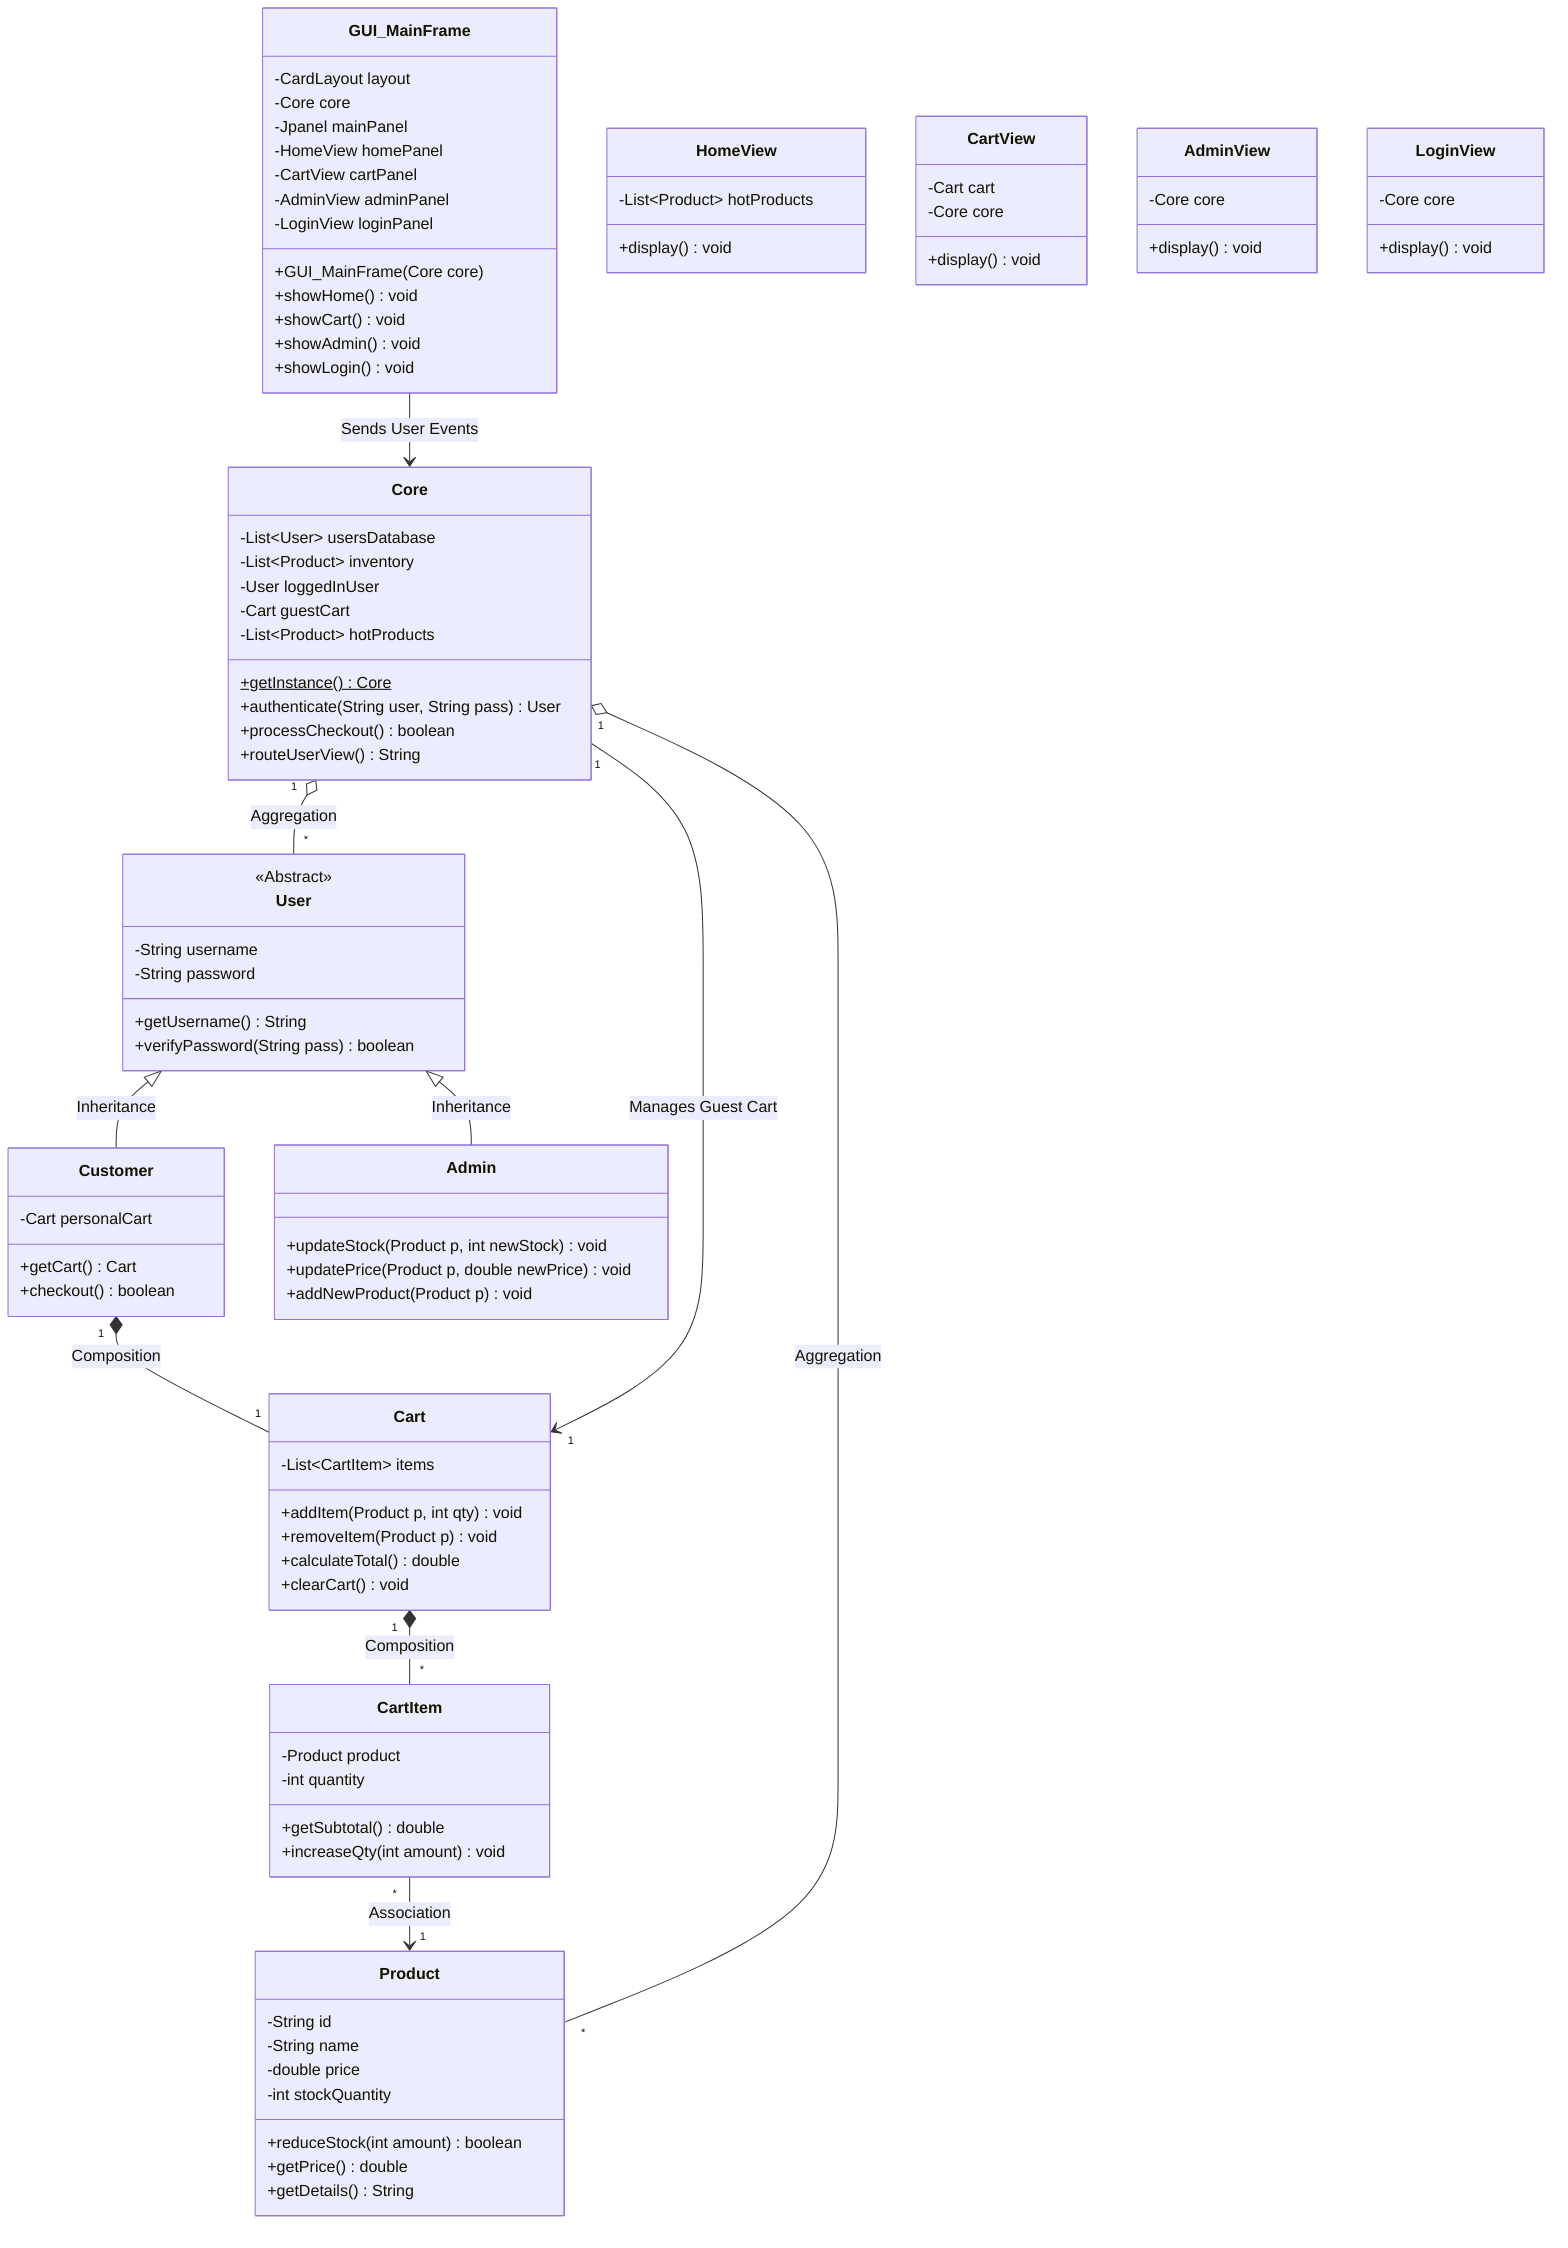
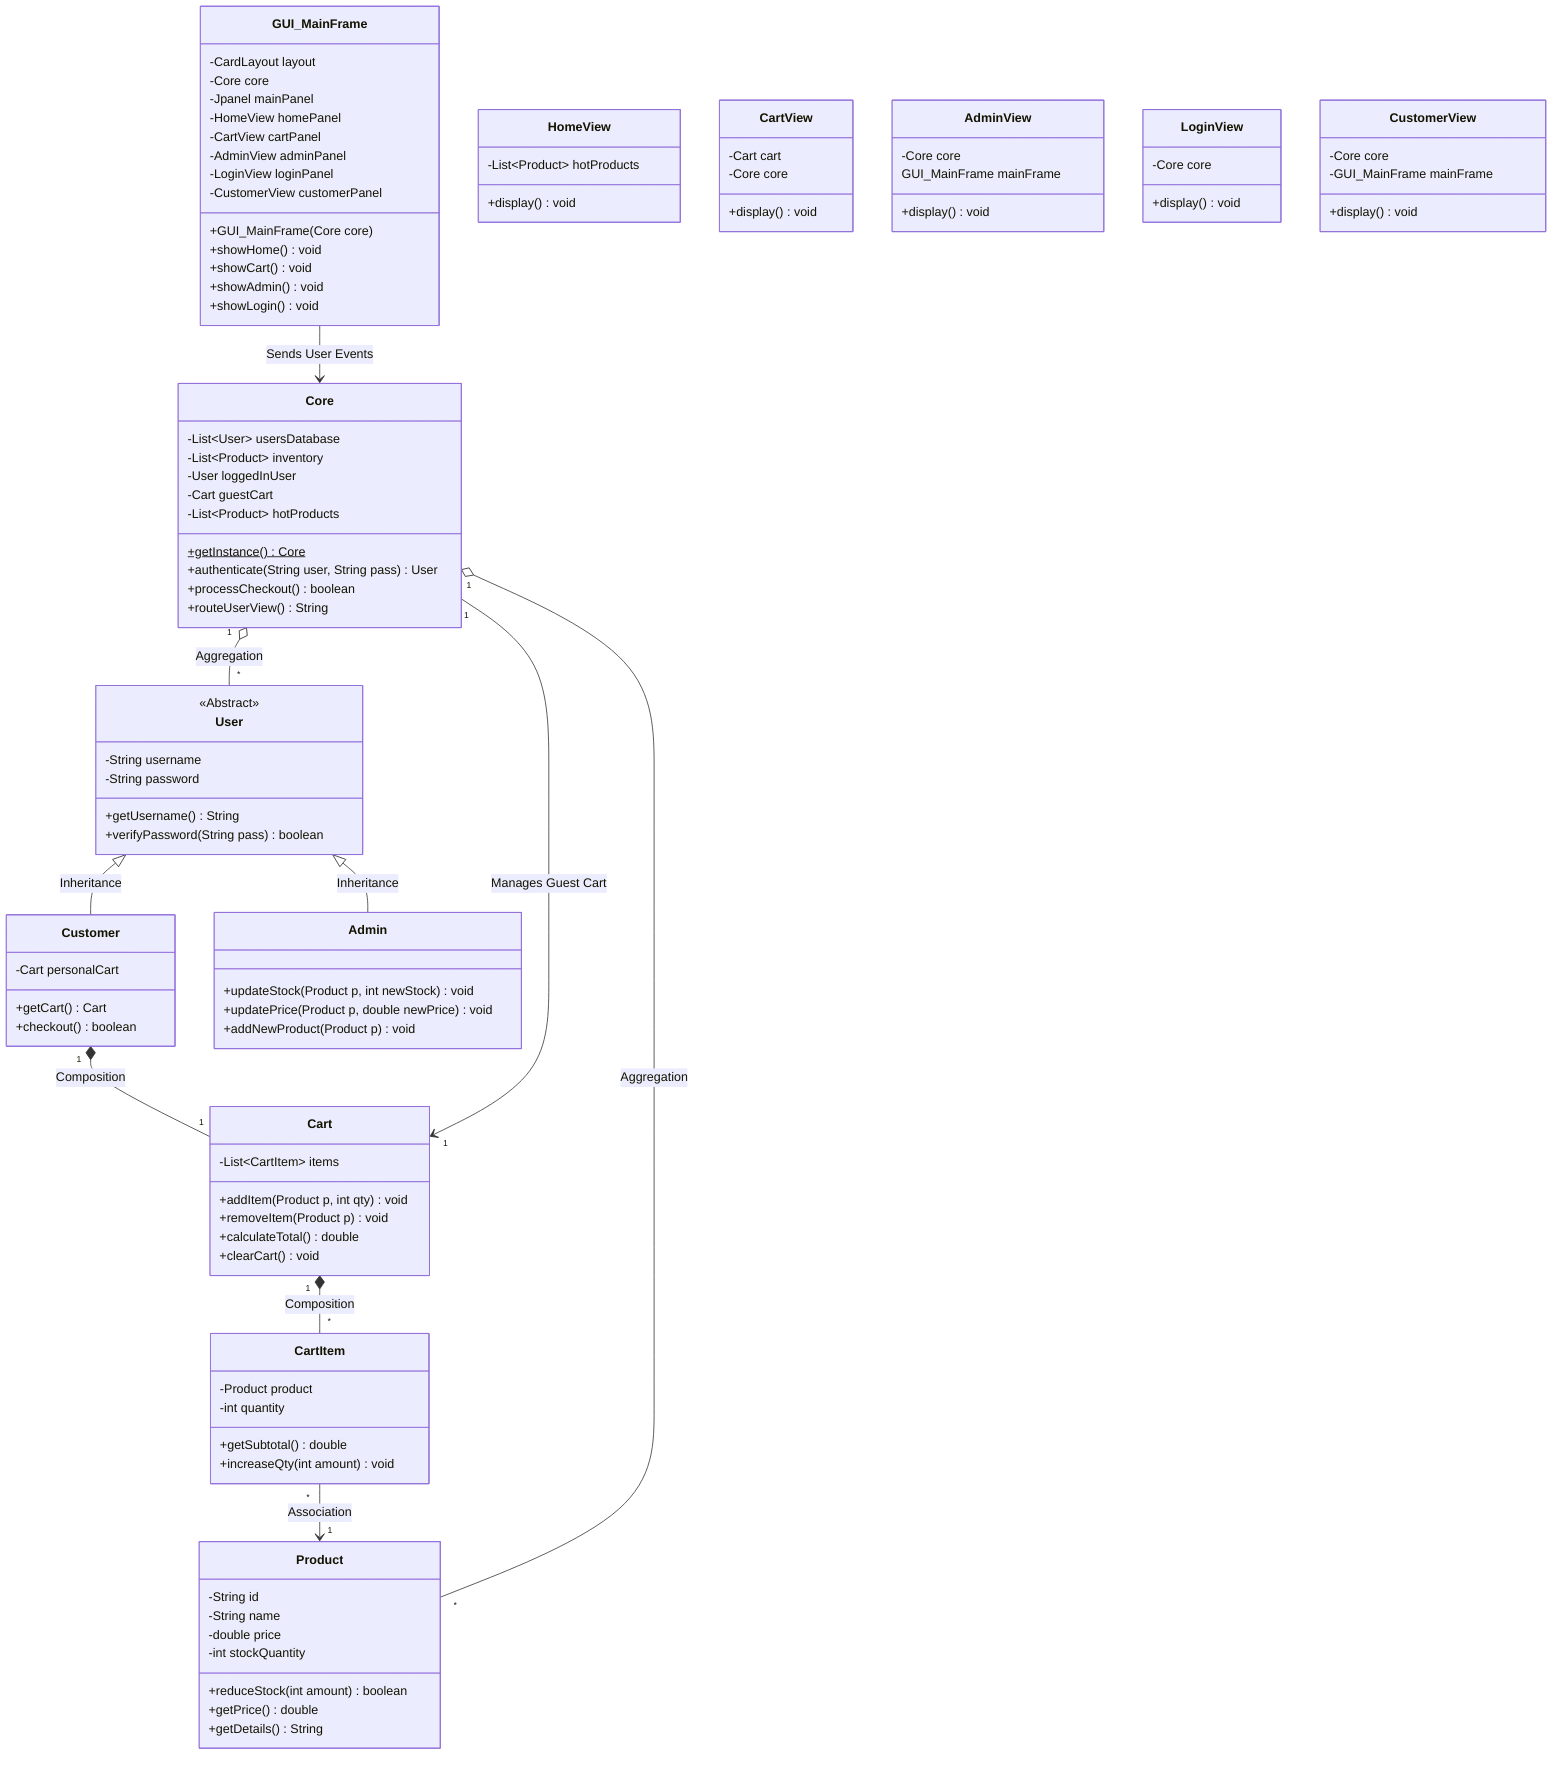
classDiagram
    %% Relationships & Connectors
    User <|-- Customer : Inheritance
    User <|-- Admin : Inheritance

    Customer "1" *-- "1" Cart : Composition
    Cart "1" *-- "*" CartItem : Composition
    CartItem "*" --> "1" Product : Association

    Core "1" o-- "*" User : Aggregation
    Core "1" o-- "*" Product : Aggregation
    Core "1" --> "1" Cart : Manages Guest Cart

    %% Base User Class
    class User {
        <<Abstract>>
        -String username
        -String password
        +getUsername() String
        +verifyPassword(String pass) boolean
    }

    %% Child Classes
    class Customer {
        -Cart personalCart
        +getCart() Cart
        +checkout() boolean
    }

    class Admin {
        +updateStock(Product p, int newStock) void
        +updatePrice(Product p, double newPrice) void
        +addNewProduct(Product p) void
    }

    %% Product & Cart Classes
    class Product {
        -String id
        -String name
        -double price
        -int stockQuantity
        +reduceStock(int amount) boolean
        +getPrice() double
        +getDetails() String
    }

    class Cart {
        -List~CartItem~ items
        +addItem(Product p, int qty) void
        +removeItem(Product p) void
        +calculateTotal() double
        +clearCart() void
    }

    class CartItem {
        -Product product
        -int quantity
        +getSubtotal() double
        +increaseQty(int amount) void
    }

    %% The Main Controller (Singleton)
    class Core {
        -List~User~ usersDatabase
        -List~Product~ inventory
        -User loggedInUser
        -Cart guestCart
        -List~Product~ hotProducts
        +getInstance() Core$
        +authenticate(String user, String pass) User
        +processCheckout() boolean
        +routeUserView() String
    }

    %% UI Representation (Optional in pure data UML, but helpful)
    class GUI_MainFrame {
        -CardLayout layout
        -Core core
        -Jpanel mainPanel
        -HomeView homePanel
        -CartView cartPanel
        -AdminView adminPanel
        -LoginView loginPanel
+         -CustomerView customerPanel
        +GUI_MainFrame(Core core)
        +showHome() void
        +showCart() void
        +showAdmin() void
        +showLogin() void
    }

    class HomeView{
        -List~Product~ hotProducts
        +display() void
    }
    class CartView{
        -Cart cart
        -Core core
        +display() void
    }
    class AdminView{
        -Core core
+         GUI_MainFrame mainFrame
        +display() void
    }
    class LoginView{
        -Core core
        +display() void
    }

+     class CustomerView{
+         -Core core
+         -GUI_MainFrame mainFrame
+         +display() void
+     }
    GUI_MainFrame --> Core : Sends User Events